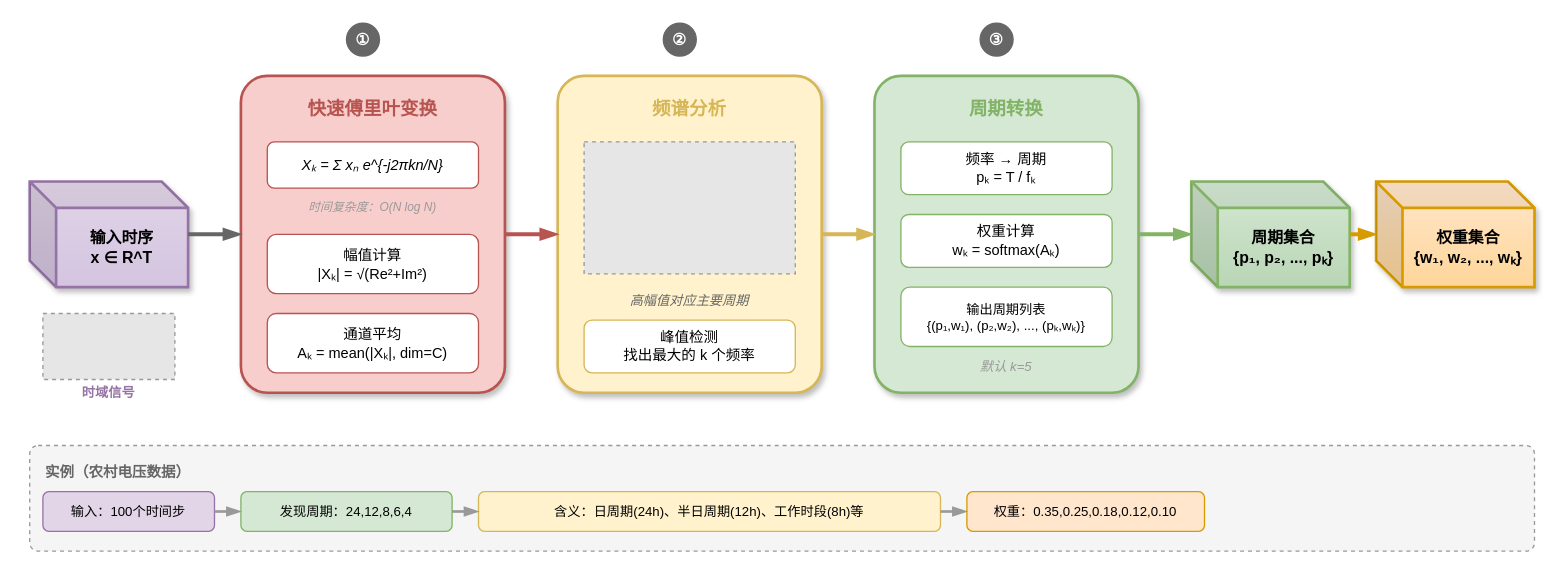
Above: code/figures/architecture/fig_fft_period_discovery.drawio in sheldon123z/Rural-Low-Voltage-Detection (draw.io), before the change. Source tidied: cells renumbered, new cells numbered last; positions are measured from the earlier drawing's top-left corner, leaving out a move shared by most shapes. Both pictures are drawn from the tidied source at 132%, with x=0, y=0 at pixel (29, 22). Pictures stored in the file or linked from it are replaced by grey dashed boxes.
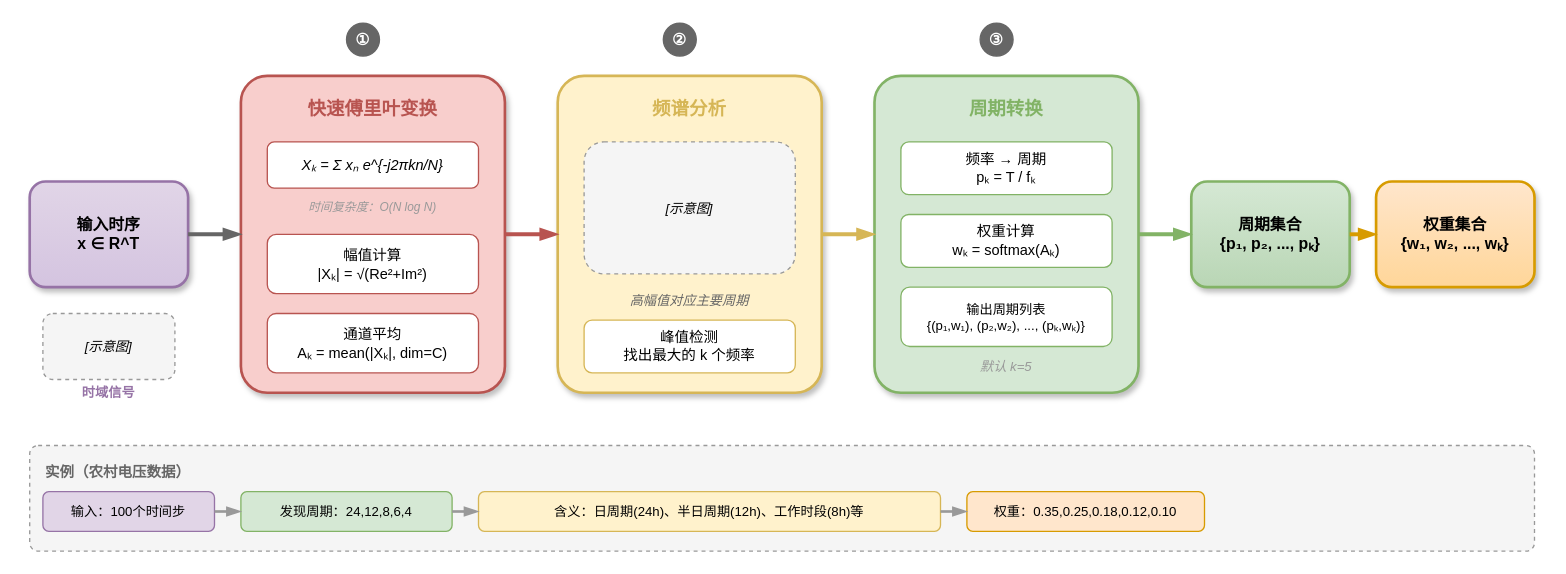
The same page after the edit.

The edit, as a diff of the source:
```diff
@@
-    <mxCell id="2" value="输入时序&lt;br&gt;x ∈ R^T" style="shape=cube;whiteSpace=wrap;html=1;boundedLbl=1;backgroundOutline=1;darkOpacity=0.05;darkOpacity2=0.1;fillColor=#e1d5e7;strokeColor=#9673a6;fontSize=12;fontStyle=1;shadow=1;gradientColor=#d4c4e0;strokeWidth=2;" parent="1" vertex="1">
+    <mxCell id="2" value="输入时序&lt;br&gt;x ∈ R^T" style="rounded=1;whiteSpace=wrap;html=1;fillColor=#e1d5e7;strokeColor=#9673a6;fontSize=12;fontStyle=1;shadow=1;gradientColor=#d4c4e0;strokeWidth=2;" parent="1" vertex="1">
       <mxGeometry y="120" width="120" height="80" as="geometry" />
     </mxCell>
-    <mxCell id="3" style="fillColor=#E6E6E6;strokeColor=#999999;dashed=1;verticalLabelPosition=bottom;labelBackgroundColor=default;verticalAlign=top;" parent="1" vertex="1">
+    <mxCell id="3" value="[示意图]" style="rounded=1;whiteSpace=wrap;html=1;fillColor=#f5f5f5;strokeColor=#999999;fontSize=10;fontStyle=2;dashed=1;" parent="1" vertex="1">
       <mxGeometry x="10" y="220" width="100" height="50" as="geometry" />
     </mxCell>
@@
-    <mxCell id="13" style="fillColor=#E6E6E6;strokeColor=#999999;dashed=1;verticalLabelPosition=bottom;labelBackgroundColor=default;verticalAlign=top;" parent="1" vertex="1">
+    <mxCell id="13" value="[示意图]" style="rounded=1;whiteSpace=wrap;html=1;fillColor=#f5f5f5;strokeColor=#999999;fontSize=10;fontStyle=2;dashed=1;" parent="1" vertex="1">
       <mxGeometry x="420" y="90" width="160" height="100" as="geometry" />
     </mxCell>
@@
-    <mxCell id="21" value="周期集合&lt;br&gt;{p₁, p₂, ..., pₖ}" style="shape=cube;whiteSpace=wrap;html=1;boundedLbl=1;backgroundOutline=1;darkOpacity=0.05;darkOpacity2=0.1;fillColor=#d5e8d4;strokeColor=#82b366;fontSize=12;fontStyle=1;shadow=1;gradientColor=#b9d6b5;strokeWidth=2;" parent="1" vertex="1">
+    <mxCell id="21" value="周期集合&lt;br&gt;{p₁, p₂, ..., pₖ}" style="rounded=1;whiteSpace=wrap;html=1;fillColor=#d5e8d4;strokeColor=#82b366;fontSize=12;fontStyle=1;shadow=1;gradientColor=#b9d6b5;strokeWidth=2;" parent="1" vertex="1">
       <mxGeometry x="880" y="120" width="120" height="80" as="geometry" />
     </mxCell>
-    <mxCell id="22" value="权重集合&lt;br&gt;{w₁, w₂, ..., wₖ}" style="shape=cube;whiteSpace=wrap;html=1;boundedLbl=1;backgroundOutline=1;darkOpacity=0.05;darkOpacity2=0.1;fillColor=#ffe6cc;strokeColor=#d79b00;fontSize=12;fontStyle=1;shadow=1;gradientColor=#ffd699;strokeWidth=2;" parent="1" vertex="1">
+    <mxCell id="22" value="权重集合&lt;br&gt;{w₁, w₂, ..., wₖ}" style="rounded=1;whiteSpace=wrap;html=1;fillColor=#ffe6cc;strokeColor=#d79b00;fontSize=12;fontStyle=1;shadow=1;gradientColor=#ffd699;strokeWidth=2;" parent="1" vertex="1">
       <mxGeometry x="1020" y="120" width="120" height="80" as="geometry" />
     </mxCell>
```
